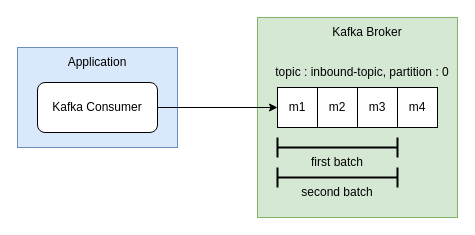
The draw.io diagram drawio/kafka/kafka-batch-consumer-retry-3.drawio in windowforsun/blog, before the edit. Source tidied: cells renumbered, new cells numbered last; positions are measured from the earlier drawing's top-left corner, leaving out a move shared by most shapes. Both pictures are drawn from the tidied source at 100%, with x=0, y=0 at pixel (17, 17).
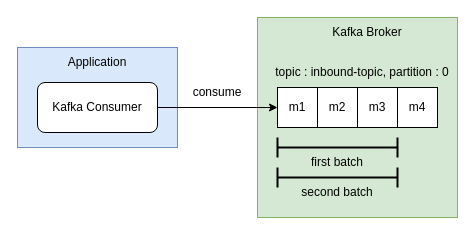
Above is the later version.

The edit, as a diff of the source:
```diff
@@
 <mxGraphModel>
   <root>
     <mxCell id="0" />
     <mxCell id="1" parent="0" />
     <mxCell id="2" style="rounded=0;whiteSpace=wrap;html=1;fillColor=#dae8fc;strokeColor=#6c8ebf;" parent="1" vertex="1">
       <mxGeometry y="30" width="160" height="100" as="geometry" />
     </mxCell>
     <mxCell id="3" value="Application" style="text;html=1;align=center;verticalAlign=middle;whiteSpace=wrap;rounded=0;" parent="1" vertex="1">
       <mxGeometry x="30" y="30" width="100" height="30" as="geometry" />
     </mxCell>
     <mxCell id="4" value="Kafka Consumer" style="rounded=1;whiteSpace=wrap;html=1;" parent="1" vertex="1">
       <mxGeometry x="20" y="65" width="120" height="50" as="geometry" />
     </mxCell>
     <mxCell id="5" style="rounded=0;whiteSpace=wrap;html=1;fillColor=#d5e8d4;strokeColor=#82b366;" parent="1" vertex="1">
       <mxGeometry x="240" width="200" height="200" as="geometry" />
     </mxCell>
     <mxCell id="6" value="Kafka Broker" style="text;html=1;align=center;verticalAlign=middle;whiteSpace=wrap;rounded=0;" parent="1" vertex="1">
       <mxGeometry x="300" width="100" height="30" as="geometry" />
     </mxCell>
     <mxCell id="7" value="topic : inbound-topic, partition : 0" style="text;html=1;align=center;verticalAlign=middle;whiteSpace=wrap;rounded=0;" parent="1" vertex="1">
       <mxGeometry x="250" y="40" width="190" height="30" as="geometry" />
     </mxCell>
     <mxCell id="8" style="group;" parent="1" vertex="1">
       <mxGeometry x="260" y="70" width="160" height="40" as="geometry" />
     </mxCell>
     <mxCell id="9" value="m1" style="rounded=0;whiteSpace=wrap;html=1;" parent="8" vertex="1">
       <mxGeometry width="40" height="40" as="geometry" />
     </mxCell>
     <mxCell id="10" value="m2" style="rounded=0;whiteSpace=wrap;html=1;" parent="8" vertex="1">
       <mxGeometry x="40" width="40" height="40" as="geometry" />
     </mxCell>
     <mxCell id="11" value="m3" style="rounded=0;whiteSpace=wrap;html=1;" parent="8" vertex="1">
       <mxGeometry x="80" width="40" height="40" as="geometry" />
     </mxCell>
     <mxCell id="12" value="m4" style="rounded=0;whiteSpace=wrap;html=1;" parent="8" vertex="1">
       <mxGeometry x="120" width="40" height="40" as="geometry" />
     </mxCell>
     <mxCell id="13" style="shape=crossbar;whiteSpace=wrap;html=1;rounded=1;strokeWidth=2;" parent="1" vertex="1">
       <mxGeometry x="260" y="120" width="120" height="20" as="geometry" />
     </mxCell>
     <mxCell id="14" value="first batch" style="text;html=1;align=center;verticalAlign=middle;whiteSpace=wrap;rounded=0;" parent="1" vertex="1">
       <mxGeometry x="290" y="130" width="60" height="30" as="geometry" />
     </mxCell>
     <mxCell id="15" style="edgeStyle=orthogonalEdgeStyle;rounded=0;jettySize=auto;html=1;entryX=0;entryY=0.5;entryDx=0;entryDy=0;" parent="1" edge="1" source="4" target="9">
       <mxGeometry relative="1" as="geometry" />
     </mxCell>
     <mxCell id="16" style="shape=crossbar;whiteSpace=wrap;html=1;rounded=1;strokeWidth=2;" parent="1" vertex="1">
       <mxGeometry x="260" y="150" width="120" height="20" as="geometry" />
     </mxCell>
     <mxCell id="17" value="second batch" style="text;html=1;align=center;verticalAlign=middle;whiteSpace=wrap;rounded=0;" parent="1" vertex="1">
       <mxGeometry x="280" y="160" width="80" height="30" as="geometry" />
     </mxCell>
+    <mxCell id="18" value="consume" style="text;html=1;align=center;verticalAlign=middle;whiteSpace=wrap;rounded=0;" parent="1" vertex="1">
+      <mxGeometry x="170" y="60" width="60" height="30" as="geometry" />
+    </mxCell>
   </root>
 </mxGraphModel>
```
